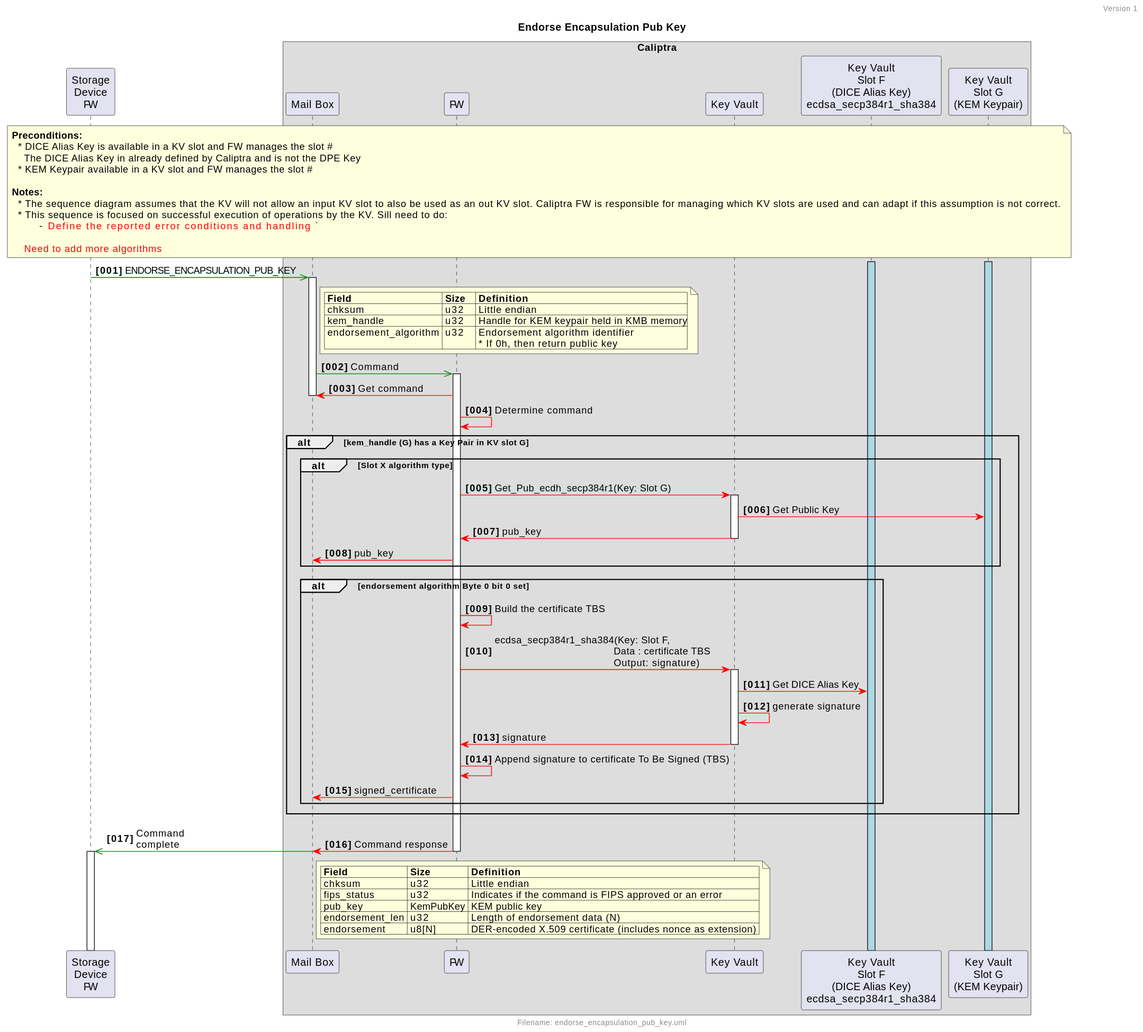
Above: doc/ocp_lock/diagrams/endorse_encapsulation_pub_key.svg in chipsalliance/Caliptra (PlantUML), before the change. The source it was exported from:
```plantuml
@startuml
!include ocp_lock_utils.inc

!$show_all = %true()

!if ($show_all)
    !$show_precond = %true()
    !$show_title = %true()
    !$show_api = %true()
    !$show_msg_parsing = %true()
    !$show_done = %true()
!else
    !$show_precond = %false()
    !$show_title = %false()
    !$show_api = %false()
    !$show_msg_parsing = %false()
    !$show_done = %false()
!endif

!if ($show_title)
    Title "Endorse Encapsulation Pub Key"
!endif

!if ($show_precond)
    note across
        <b>Preconditions:</b>
          * DICE Alias Key is available in a KV slot and FW manages the slot #
            The DICE Alias Key in already defined by Caliptra and is not the DPE Key
          * KEM Keypair available in a KV slot and FW manages the slot #

        <b>Notes:</b>
          * The sequence diagram assumes that the KV will not allow an input KV slot to also be used as an out KV slot. Caliptra FW is responsible for managing which KV slots are used and can adapt if this assumption is not correct.
          * This sequence is focused on successful execution of operations by the KV. Sill need to do:
                 - <font color=red>Define the reported error conditions and handling          `

           <font color=red> Need to add more algorithms
    end note
!endif

dice++ $BUFFER_ACTIVATION
kemg++ $BUFFER_ACTIVATION


fw $async mb++ : ENDORSE_ENCAPSULATION_PUB_KEY

!if ($show_api)
    note right mb
        | <b>Field             | <b>Size | <b>Definition |
        | chksum                | u32    | Little endian |
        | kem_handle            | u32    | Handle for KEM keypair held in KMB memory|
        | endorsement_algorithm | u32    | Endorsement algorithm identifier\n * If 0h, then return public key |
    end note
!endif

mb $async cfw++ : Command

!if ($show_msg_parsing)
    cfw $sync mb : Get command
    mb--
    $self("cfw", "Determine command")
!else
    mb--
!endif

alt kem_handle (G) has a Key Pair in KV slot G

    alt Slot X algorithm type

        cfw $sync kv++: Get_Pub_ecdh_secp384r1(Key: Slot G)
        kv $sync kemg: Get Public Key
        !if ($show_done)
            kv $sync cfw-- : pub_key
        !else
            kv--
        !endif
        cfw $sync mb : pub_key
    end

    alt endorsement algorithm Byte 0 bit 0 set

        cfw $sync cfw: Build the certificate TBS

        cfw $sync kv++: ecdsa_secp384r1_sha384(Key: Slot F,\n                                       Data : certificate TBS\n                                       Output: signature)
        kv $sync dice : Get DICE Alias Key
        kv $sync kv: generate signature
        !if ($show_done)
            kv $sync cfw-- : signature
        !else
            kv--
        !endif
        cfw $sync cfw: Append signature to certificate To Be Signed (TBS)
        cfw $sync mb : signed_certificate
    end
end


cfw $sync mb : Command response
& mb $async fw++ : Command\ncomplete

!if ($show_api)
    note right mb
        | <b>Field        | <b>Size   | <b>Definition |
        | chksum          | u32       | Little endian |
        | fips_status     | u32       | Indicates if the command is FIPS approved or an error |
        | pub_key         | KemPubKey | KEM public key |
        | endorsement_len | u32       | Length of endorsement data (N) |
        | endorsement     | u8[N]     | DER-encoded X.509 certificate (includes nonce as extension) |
    end note
!endif
cfw--
@enduml
```
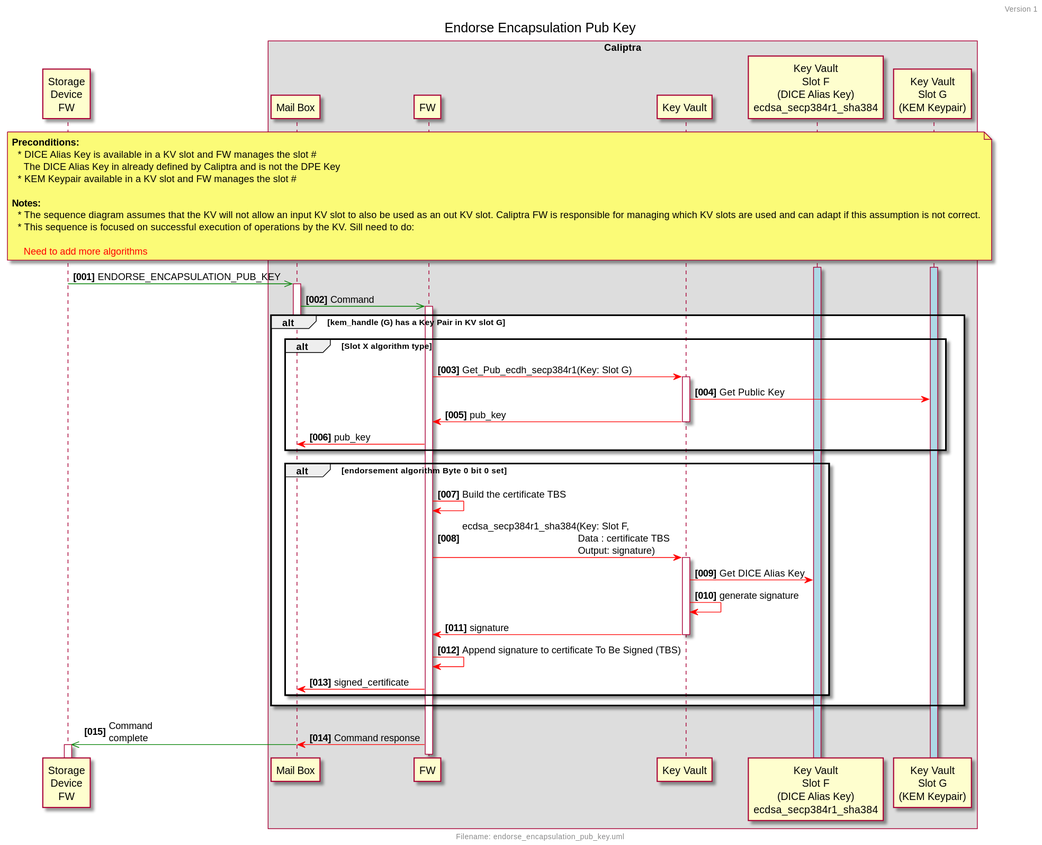
After the change.

The edit, as a diff of the source:
```diff
@@ -1,21 +1,6 @@
 @startuml
+
 !include ocp_lock_utils.inc
-
-!$show_all = %true()
-
-!if ($show_all)
-    !$show_precond = %true()
-    !$show_title = %true()
-    !$show_api = %true()
-    !$show_msg_parsing = %true()
-    !$show_done = %true()
-!else
-    !$show_precond = %false()
-    !$show_title = %false()
-    !$show_api = %false()
-    !$show_msg_parsing = %false()
-    !$show_done = %false()
-!endif
 
 !if ($show_title)
     Title "Endorse Encapsulation Pub Key"
@@ -31,7 +16,6 @@
         <b>Notes:</b>
           * The sequence diagram assumes that the KV will not allow an input KV slot to also be used as an out KV slot. Caliptra FW is responsible for managing which KV slots are used and can adapt if this assumption is not correct.
           * This sequence is focused on successful execution of operations by the KV. Sill need to do:
-                 - <font color=red>Define the reported error conditions and handling          `
 
            <font color=red> Need to add more algorithms
     end note
@@ -108,4 +92,5 @@
     end note
 !endif
 cfw--
+
 @enduml
```
